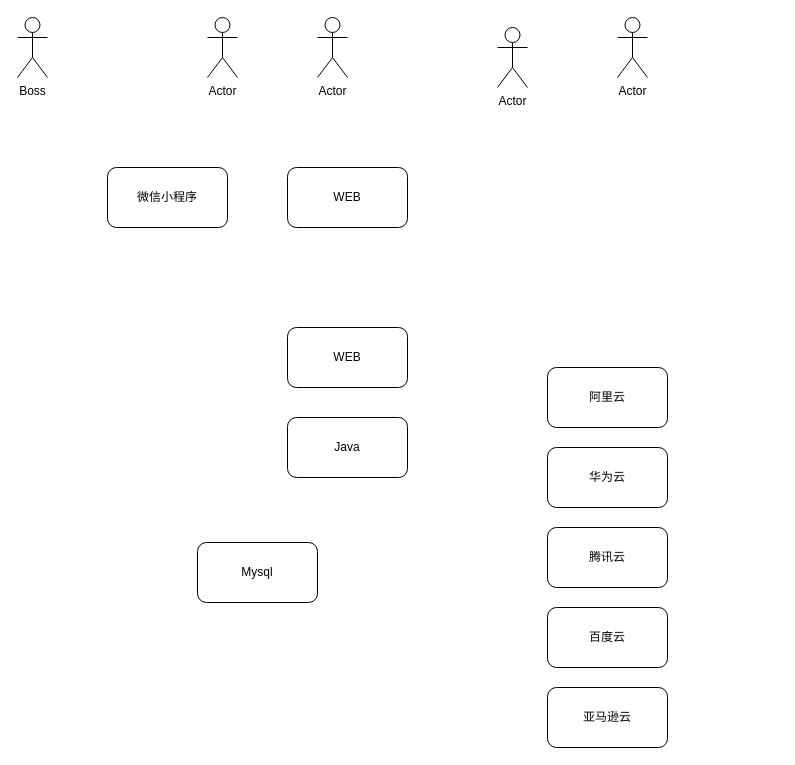
Before: xxx.drawio in coffee-qm/stores, a draw.io diagram. Source tidied: cells renumbered, new cells numbered last; positions are measured from the earlier drawing's top-left corner, leaving out a move shared by most shapes. Both pictures are drawn from the tidied source at 100%, with x=0, y=0 at pixel (17, 17).
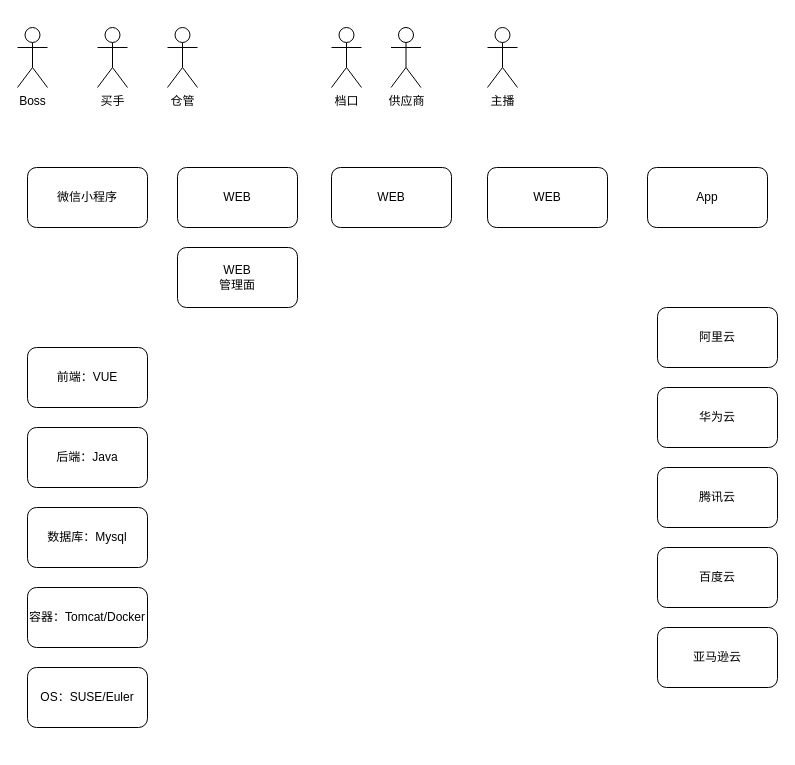
The same diagram, later.

Change to the diagram source:
```diff
@@
     <mxCell id="2" value="Boss" style="shape=umlActor;verticalLabelPosition=bottom;verticalAlign=top;html=1;" parent="1" vertex="1">
-      <mxGeometry width="30" height="60" as="geometry" />
+      <mxGeometry y="10" width="30" height="60" as="geometry" />
     </mxCell>
     <mxCell id="3" value="微信小程序" style="rounded=1;whiteSpace=wrap;html=1;" parent="1" vertex="1">
-      <mxGeometry x="90" y="150" width="120" height="60" as="geometry" />
+      <mxGeometry x="10" y="150" width="120" height="60" as="geometry" />
     </mxCell>
     <mxCell id="4" value="WEB" style="rounded=1;whiteSpace=wrap;html=1;" parent="1" vertex="1">
-      <mxGeometry x="270" y="150" width="120" height="60" as="geometry" />
+      <mxGeometry x="160" y="150" width="120" height="60" as="geometry" />
     </mxCell>
-    <mxCell id="5" value="Mysql" style="rounded=1;whiteSpace=wrap;html=1;" parent="1" vertex="1">
-      <mxGeometry x="180" y="525" width="120" height="60" as="geometry" />
+    <mxCell id="5" value="数据库：Mysql" style="rounded=1;whiteSpace=wrap;html=1;" parent="1" vertex="1">
+      <mxGeometry x="10" y="490" width="120" height="60" as="geometry" />
     </mxCell>
-    <mxCell id="6" value="Java" style="rounded=1;whiteSpace=wrap;html=1;" parent="1" vertex="1">
-      <mxGeometry x="270" y="400" width="120" height="60" as="geometry" />
+    <mxCell id="6" value="后端：Java" style="rounded=1;whiteSpace=wrap;html=1;" parent="1" vertex="1">
+      <mxGeometry x="10" y="410" width="120" height="60" as="geometry" />
     </mxCell>
     <mxCell id="7" value="阿里云" style="rounded=1;whiteSpace=wrap;html=1;" parent="1" vertex="1">
-      <mxGeometry x="530" y="350" width="120" height="60" as="geometry" />
+      <mxGeometry x="640" y="290" width="120" height="60" as="geometry" />
     </mxCell>
     <mxCell id="8" value="华为云" style="rounded=1;whiteSpace=wrap;html=1;" parent="1" vertex="1">
-      <mxGeometry x="530" y="430" width="120" height="60" as="geometry" />
+      <mxGeometry x="640" y="370" width="120" height="60" as="geometry" />
     </mxCell>
     <mxCell id="9" value="百度云" style="rounded=1;whiteSpace=wrap;html=1;" parent="1" vertex="1">
-      <mxGeometry x="530" y="590" width="120" height="60" as="geometry" />
+      <mxGeometry x="640" y="530" width="120" height="60" as="geometry" />
     </mxCell>
     <mxCell id="10" value="腾讯云" style="rounded=1;whiteSpace=wrap;html=1;" parent="1" vertex="1">
-      <mxGeometry x="530" y="510" width="120" height="60" as="geometry" />
+      <mxGeometry x="640" y="450" width="120" height="60" as="geometry" />
     </mxCell>
     <mxCell id="11" value="亚马逊云" style="rounded=1;whiteSpace=wrap;html=1;" parent="1" vertex="1">
-      <mxGeometry x="530" y="670" width="120" height="60" as="geometry" />
+      <mxGeometry x="640" y="610" width="120" height="60" as="geometry" />
     </mxCell>
-    <mxCell id="12" value="WEB" style="rounded=1;whiteSpace=wrap;html=1;" parent="1" vertex="1">
-      <mxGeometry x="270" y="310" width="120" height="60" as="geometry" />
+    <mxCell id="12" value="前端：VUE" style="rounded=1;whiteSpace=wrap;html=1;" parent="1" vertex="1">
+      <mxGeometry x="10" y="330" width="120" height="60" as="geometry" />
     </mxCell>
-    <mxCell id="13" value="Actor" style="shape=umlActor;verticalLabelPosition=bottom;verticalAlign=top;html=1;" parent="1" vertex="1">
-      <mxGeometry x="600" width="30" height="60" as="geometry" />
+    <mxCell id="13" value="档口" style="shape=umlActor;verticalLabelPosition=bottom;verticalAlign=top;html=1;" parent="1" vertex="1">
+      <mxGeometry x="314" y="10" width="30" height="60" as="geometry" />
     </mxCell>
-    <mxCell id="14" value="Actor" style="shape=umlActor;verticalLabelPosition=bottom;verticalAlign=top;html=1;" parent="1" vertex="1">
-      <mxGeometry x="480" y="10" width="30" height="60" as="geometry" />
+    <mxCell id="14" value="主播" style="shape=umlActor;verticalLabelPosition=bottom;verticalAlign=top;html=1;" parent="1" vertex="1">
+      <mxGeometry x="470" y="10" width="30" height="60" as="geometry" />
     </mxCell>
-    <mxCell id="15" value="Actor" style="shape=umlActor;verticalLabelPosition=bottom;verticalAlign=top;html=1;" parent="1" vertex="1">
-      <mxGeometry x="190" width="30" height="60" as="geometry" />
+    <mxCell id="15" value="买手" style="shape=umlActor;verticalLabelPosition=bottom;verticalAlign=top;html=1;" parent="1" vertex="1">
+      <mxGeometry x="80" y="10" width="30" height="60" as="geometry" />
     </mxCell>
-    <mxCell id="16" value="Actor" style="shape=umlActor;verticalLabelPosition=bottom;verticalAlign=top;html=1;" parent="1" vertex="1">
-      <mxGeometry x="300" width="30" height="60" as="geometry" />
+    <mxCell id="16" value="仓管" style="shape=umlActor;verticalLabelPosition=bottom;verticalAlign=top;html=1;" parent="1" vertex="1">
+      <mxGeometry x="150" y="10" width="30" height="60" as="geometry" />
     </mxCell>
+    <mxCell id="17" value="供应商" style="shape=umlActor;verticalLabelPosition=bottom;verticalAlign=top;html=1;" parent="1" vertex="1">
+      <mxGeometry x="373.5" y="10" width="30" height="60" as="geometry" />
+    </mxCell>
+    <mxCell id="18" value="WEB" style="rounded=1;whiteSpace=wrap;html=1;" parent="1" vertex="1">
+      <mxGeometry x="314" y="150" width="120" height="60" as="geometry" />
+    </mxCell>
+    <mxCell id="19" value="WEB" style="rounded=1;whiteSpace=wrap;html=1;" parent="1" vertex="1">
+      <mxGeometry x="470" y="150" width="120" height="60" as="geometry" />
+    </mxCell>
+    <mxCell id="20" value="容器：Tomcat/Docker" style="rounded=1;whiteSpace=wrap;html=1;" parent="1" vertex="1">
+      <mxGeometry x="10" y="570" width="120" height="60" as="geometry" />
+    </mxCell>
+    <mxCell id="21" value="OS：SUSE&lt;span style=&quot;background-color: transparent; color: light-dark(rgb(0, 0, 0), rgb(255, 255, 255));&quot;&gt;/Euler&lt;/span&gt;" style="rounded=1;whiteSpace=wrap;html=1;" parent="1" vertex="1">
+      <mxGeometry x="10" y="650" width="120" height="60" as="geometry" />
+    </mxCell>
+    <mxCell id="22" value="WEB&lt;div&gt;管理面&lt;/div&gt;" style="rounded=1;whiteSpace=wrap;html=1;" parent="1" vertex="1">
+      <mxGeometry x="160" y="230" width="120" height="60" as="geometry" />
+    </mxCell>
+    <mxCell id="23" value="App" style="rounded=1;whiteSpace=wrap;html=1;" parent="1" vertex="1">
+      <mxGeometry x="630" y="150" width="120" height="60" as="geometry" />
+    </mxCell>
```
